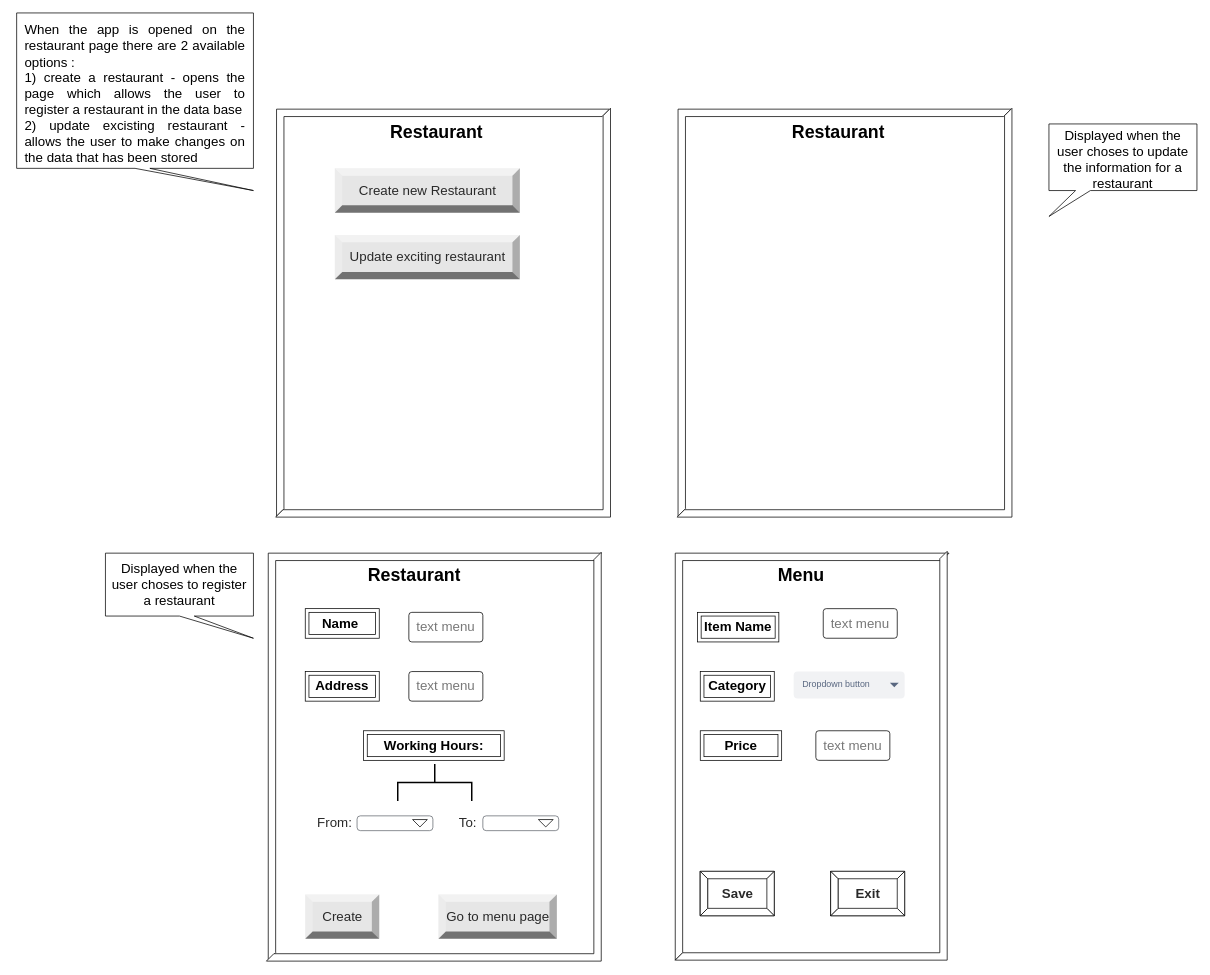
Earlier version of the draw.io diagram page "UI (Restaurant mangement)" (3 of 7) of docs/model+ui+endpoints.drawio (Uber-Summer-Practice-Sofia-2022/uber-summer-practice-docs-faq). Source tidied: cells renumbered, new cells numbered last; positions are measured from the earlier drawing's top-left corner, leaving out a move shared by most shapes. Both pictures are drawn from the tidied source at 74%, with x=0, y=0 at pixel (16, 13).
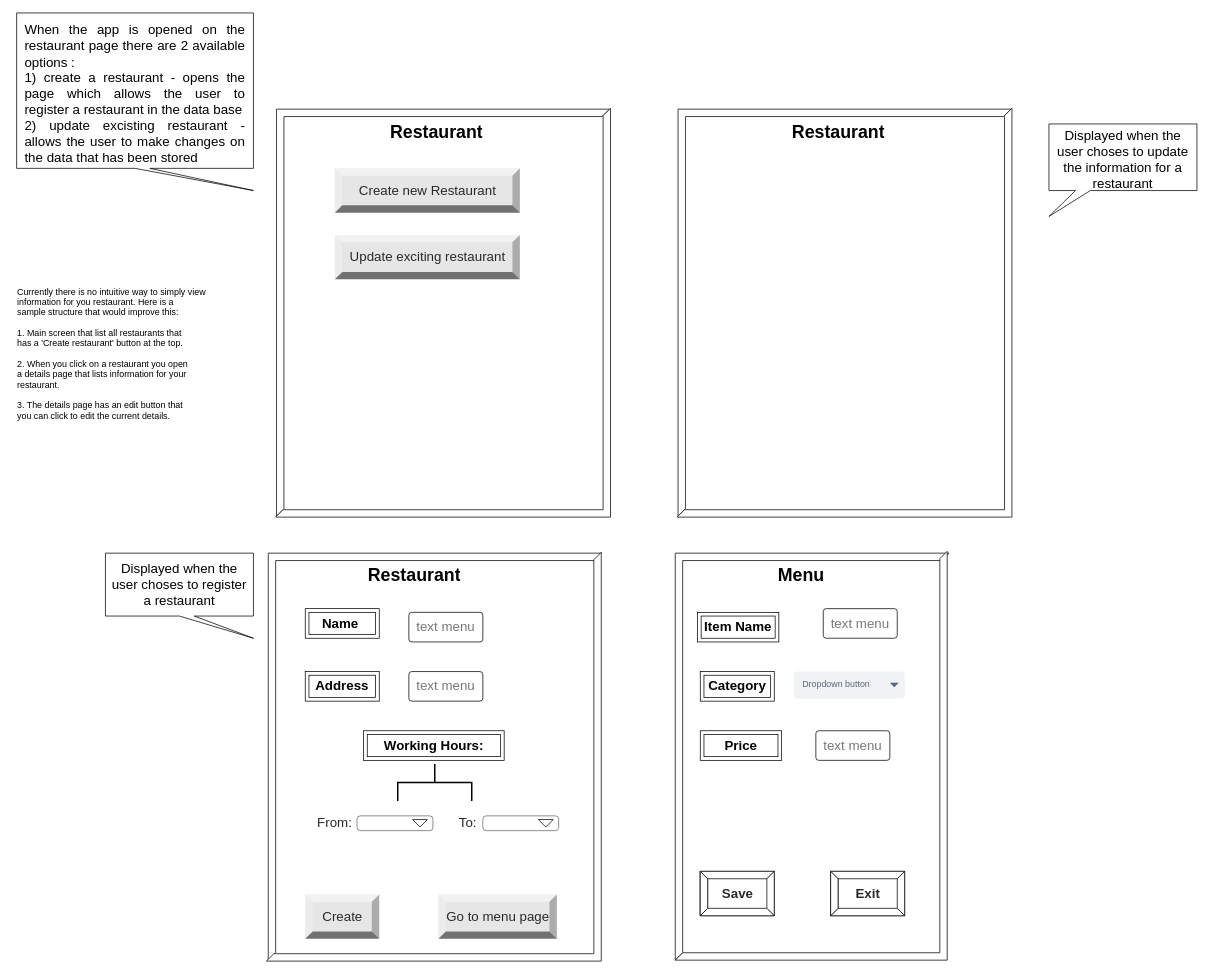
The same diagram, later.

Diff of the diagram source:
```diff
@@
+    <mxCell id="45" value="Currently there is no intuitive way to simply view&#10;information for you restaurant. Here is a&#10;sample structure that would improve this:&#10;&#10;1. Main screen that list all restaurants that&#10;has a 'Create restaurant' button at the top.&#10;&#10;2. When you click on a restaurant you open&#10;a details page that lists information for your&#10;restaurant.&#10;&#10;3. The details page has an edit button that&#10;you can click to edit the current details. " style="text;strokeColor=none;fillColor=none;align=left;verticalAlign=middle;spacingLeft=4;spacingRight=4;overflow=hidden;" parent="1" vertex="1">
+      <mxGeometry x="-5" y="270" width="330" height="380" as="geometry" />
+    </mxCell>
```
